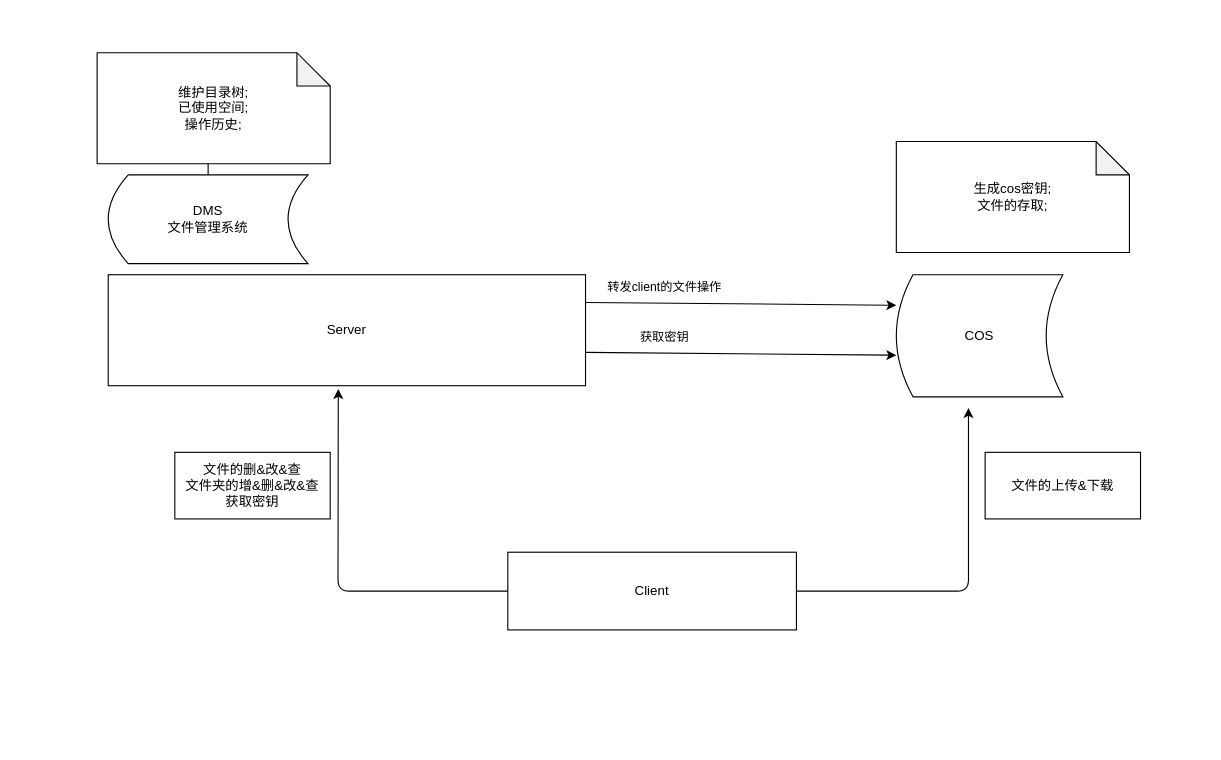
Above: dms-架构图.drawio in logxxx/Something (draw.io), before the change. Source tidied: cells renumbered, new cells numbered last; positions are measured from the earlier drawing's top-left corner, leaving out a move shared by most shapes. Both pictures are drawn from the tidied source at 111%, with x=0, y=0 at pixel (97, 52).
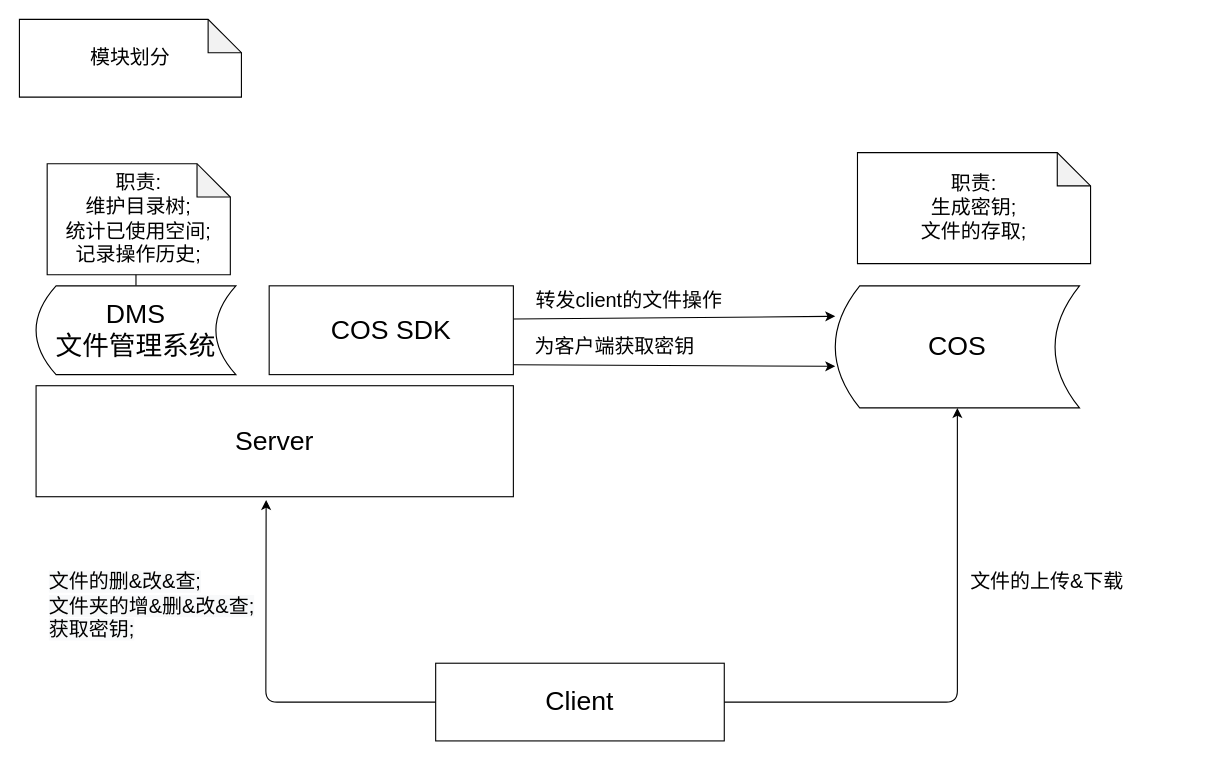
The same page after the edit.

Change to the diagram source:
```diff
@@
-    <mxCell id="2" value="Server" style="rounded=0;whiteSpace=wrap;html=1;" parent="1" vertex="1">
-      <mxGeometry x="10" y="200" width="430" height="100" as="geometry" />
+    <mxCell id="2" value="&lt;font style=&quot;font-size: 24px&quot;&gt;Server&lt;/font&gt;" style="rounded=0;whiteSpace=wrap;html=1;" parent="1" vertex="1">
+      <mxGeometry x="-55" y="300" width="430" height="100" as="geometry" />
     </mxCell>
-    <mxCell id="3" value="Client" style="rounded=0;whiteSpace=wrap;html=1;" parent="1" vertex="1">
-      <mxGeometry x="370" y="450" width="260" height="70" as="geometry" />
+    <mxCell id="3" value="&lt;font style=&quot;font-size: 24px&quot;&gt;Client&lt;/font&gt;" style="rounded=0;whiteSpace=wrap;html=1;" parent="1" vertex="1">
+      <mxGeometry x="305" y="550" width="260" height="70" as="geometry" />
     </mxCell>
-    <mxCell id="4" value="COS" style="shape=dataStorage;whiteSpace=wrap;html=1;" parent="1" vertex="1">
-      <mxGeometry x="720" y="200" width="150" height="110" as="geometry" />
+    <mxCell id="4" value="&lt;font style=&quot;font-size: 24px&quot;&gt;COS&lt;/font&gt;" style="shape=dataStorage;whiteSpace=wrap;html=1;" parent="1" vertex="1">
+      <mxGeometry x="665" y="210" width="220" height="110" as="geometry" />
     </mxCell>
     <mxCell id="5" style="edgeStyle=orthogonalEdgeStyle;rounded=0;jettySize=auto;html=1;" parent="1" edge="1" source="6">
       <mxGeometry relative="1" as="geometry">
-        <mxPoint x="30" y="100" as="targetPoint" />
+        <mxPoint x="-35" y="200" as="targetPoint" />
       </mxGeometry>
     </mxCell>
-    <mxCell id="6" value="DMS&lt;br&gt;文件管理系统" style="shape=dataStorage;whiteSpace=wrap;html=1;" parent="1" vertex="1">
-      <mxGeometry x="10" y="110" width="180" height="80" as="geometry" />
+    <mxCell id="6" value="&lt;font style=&quot;font-size: 24px&quot;&gt;DMS&lt;br&gt;文件管理系统&lt;/font&gt;" style="shape=dataStorage;whiteSpace=wrap;html=1;" parent="1" vertex="1">
+      <mxGeometry x="-55" y="210" width="180" height="80" as="geometry" />
     </mxCell>
-    <mxCell id="7" value="维护目录树;&lt;br&gt;已使用空间;&lt;br&gt;操作历史;" style="shape=note;whiteSpace=wrap;html=1;backgroundOutline=1;darkOpacity=0.05;" parent="1" vertex="1">
-      <mxGeometry width="210" height="100" as="geometry" />
+    <mxCell id="7" value="&lt;font style=&quot;font-size: 18px&quot;&gt;职责:&lt;br&gt;维护目录树;&lt;br&gt;统计已使用空间;&lt;br&gt;记录操作历史;&lt;/font&gt;" style="shape=note;whiteSpace=wrap;html=1;backgroundOutline=1;darkOpacity=0.05;" parent="1" vertex="1">
+      <mxGeometry x="-45" y="100" width="165" height="100" as="geometry" />
     </mxCell>
-    <mxCell id="8" value="生成cos密钥;&lt;br&gt;文件的存取;" style="shape=note;whiteSpace=wrap;html=1;backgroundOutline=1;darkOpacity=0.05;" parent="1" vertex="1">
-      <mxGeometry x="720" y="80" width="210" height="100" as="geometry" />
+    <mxCell id="8" value="&lt;font style=&quot;font-size: 18px&quot;&gt;职责:&lt;br&gt;生成密钥;&lt;br&gt;文件的存取;&lt;/font&gt;" style="shape=note;whiteSpace=wrap;html=1;backgroundOutline=1;darkOpacity=0.05;" parent="1" vertex="1">
+      <mxGeometry x="685" y="90" width="210" height="100" as="geometry" />
     </mxCell>
     <mxCell id="9" style="endArrow=classic;html=1;exitX=0;exitY=0.5;exitDx=0;exitDy=0;entryX=0.482;entryY=1.029;entryDx=0;entryDy=0;entryPerimeter=0;" parent="1" edge="1" source="3" target="2">
       <mxGeometry relative="1" as="geometry">
         <Array as="points">
-          <mxPoint x="217" y="485" />
+          <mxPoint x="152" y="585" />
         </Array>
       </mxGeometry>
     </mxCell>
-    <mxCell id="10" style="endArrow=classic;html=1;exitX=1;exitY=0.5;exitDx=0;exitDy=0;" parent="1" edge="1" source="3">
+    <mxCell id="10" style="endArrow=classic;html=1;exitX=1;exitY=0.5;exitDx=0;exitDy=0;entryX=0.5;entryY=1;entryDx=0;entryDy=0;" parent="1" edge="1" source="3" target="4">
       <mxGeometry relative="1" as="geometry">
-        <mxPoint x="785" y="320" as="targetPoint" />
         <Array as="points">
-          <mxPoint x="785" y="485" />
+          <mxPoint x="775" y="585" />
         </Array>
       </mxGeometry>
     </mxCell>
-    <mxCell id="11" value="文件的删&amp;amp;改&amp;amp;查&lt;br&gt;文件夹的增&amp;amp;删&amp;amp;改&amp;amp;查&lt;br&gt;获取密钥" style="rounded=0;whiteSpace=wrap;html=1;" parent="1" vertex="1">
-      <mxGeometry x="70" y="360" width="140" height="60" as="geometry" />
-    </mxCell>
-    <mxCell id="12" value="文件的上传&amp;amp;下载" style="rounded=0;whiteSpace=wrap;html=1;" parent="1" vertex="1">
-      <mxGeometry x="800" y="360" width="140" height="60" as="geometry" />
-    </mxCell>
-    <mxCell id="13" style="endArrow=classic;html=1;exitX=1;exitY=0.25;exitDx=0;exitDy=0;entryX=0;entryY=0.25;entryDx=0;entryDy=0;" parent="1" edge="1" source="2" target="4">
+    <mxCell id="13" style="endArrow=classic;html=1;exitX=1.001;exitY=0.374;exitDx=0;exitDy=0;entryX=0;entryY=0.25;entryDx=0;entryDy=0;exitPerimeter=0;" parent="1" edge="1" source="18" target="4">
       <mxGeometry relative="1" as="geometry" />
     </mxCell>
-    <mxCell id="14" value="转发client的文件操作" style="edgeLabel;html=1;align=center;verticalAlign=middle;" parent="13" vertex="1">
+    <mxCell id="14" value="&lt;font style=&quot;font-size: 18px&quot;&gt;转发client的文件操作&lt;/font&gt;" style="edgeLabel;html=1;align=center;verticalAlign=middle;" parent="13" vertex="1">
       <mxGeometry x="-0.36" y="-2" relative="1" as="geometry">
-        <mxPoint x="-19.4" y="-17.8" as="offset" />
+        <mxPoint x="10.6" y="-17.8" as="offset" />
       </mxGeometry>
     </mxCell>
-    <mxCell id="15" style="endArrow=classic;html=1;exitX=1;exitY=0.25;exitDx=0;exitDy=0;entryX=0;entryY=0.25;entryDx=0;entryDy=0;" parent="1" edge="1">
+    <mxCell id="15" style="endArrow=classic;html=1;exitX=1.001;exitY=0.889;exitDx=0;exitDy=0;entryX=0;entryY=0.25;entryDx=0;entryDy=0;exitPerimeter=0;" parent="1" edge="1" source="18">
       <mxGeometry relative="1" as="geometry">
-        <mxPoint x="440" y="270" as="sourcePoint" />
-        <mxPoint x="720" y="272.5" as="targetPoint" />
+        <mxPoint x="665" y="282.5" as="targetPoint" />
       </mxGeometry>
     </mxCell>
-    <mxCell id="16" value="获取密钥" style="edgeLabel;html=1;align=center;verticalAlign=middle;" parent="15" vertex="1">
+    <mxCell id="16" value="&lt;font style=&quot;font-size: 18px&quot;&gt;为客户端获取密钥&lt;/font&gt;" style="edgeLabel;html=1;align=center;verticalAlign=middle;" parent="15" vertex="1">
       <mxGeometry x="-0.36" y="-2" relative="1" as="geometry">
-        <mxPoint x="-19.4" y="-17.8" as="offset" />
+        <mxPoint x="-3.2" y="-18.6" as="offset" />
       </mxGeometry>
     </mxCell>
+    <mxCell id="17" value="&lt;font style=&quot;font-size: 18px&quot;&gt;&lt;span style=&quot;color: rgb(0 , 0 , 0) ; font-family: &amp;#34;helvetica&amp;#34; ; font-style: normal ; font-weight: 400 ; letter-spacing: normal ; text-align: center ; text-indent: 0px ; text-transform: none ; word-spacing: 0px ; background-color: rgb(248 , 249 , 250) ; float: none ; display: inline&quot;&gt;文件的删&amp;amp;改&amp;amp;查;&lt;/span&gt;&lt;br style=&quot;color: rgb(0 , 0 , 0) ; font-family: &amp;#34;helvetica&amp;#34; ; font-style: normal ; font-weight: 400 ; letter-spacing: normal ; text-align: center ; text-indent: 0px ; text-transform: none ; word-spacing: 0px ; background-color: rgb(248 , 249 , 250)&quot;&gt;&lt;span style=&quot;color: rgb(0 , 0 , 0) ; font-family: &amp;#34;helvetica&amp;#34; ; font-style: normal ; font-weight: 400 ; letter-spacing: normal ; text-align: center ; text-indent: 0px ; text-transform: none ; word-spacing: 0px ; background-color: rgb(248 , 249 , 250) ; float: none ; display: inline&quot;&gt;文件夹的增&amp;amp;删&amp;amp;改&amp;amp;查;&lt;/span&gt;&lt;br style=&quot;color: rgb(0 , 0 , 0) ; font-family: &amp;#34;helvetica&amp;#34; ; font-style: normal ; font-weight: 400 ; letter-spacing: normal ; text-align: center ; text-indent: 0px ; text-transform: none ; word-spacing: 0px ; background-color: rgb(248 , 249 , 250)&quot;&gt;&lt;span style=&quot;color: rgb(0 , 0 , 0) ; font-family: &amp;#34;helvetica&amp;#34; ; font-style: normal ; font-weight: 400 ; letter-spacing: normal ; text-align: center ; text-indent: 0px ; text-transform: none ; word-spacing: 0px ; background-color: rgb(248 , 249 , 250) ; float: none ; display: inline&quot;&gt;获取密钥;&lt;/span&gt;&lt;/font&gt;" style="text;whiteSpace=wrap;html=1;" parent="1" vertex="1">
+      <mxGeometry x="-45" y="460" width="210" height="80" as="geometry" />
+    </mxCell>
+    <mxCell id="12" value="&lt;span style=&quot;text-align: center&quot;&gt;&lt;font style=&quot;font-size: 18px&quot;&gt;文件的上传&amp;amp;下载&lt;/font&gt;&lt;/span&gt;" style="text;whiteSpace=wrap;html=1;" parent="1" vertex="1">
+      <mxGeometry x="785" y="460" width="210" height="80" as="geometry" />
+    </mxCell>
+    <mxCell id="18" value="&lt;font style=&quot;font-size: 24px&quot;&gt;COS SDK&lt;/font&gt;" style="rounded=0;whiteSpace=wrap;html=1;" parent="1" vertex="1">
+      <mxGeometry x="155" y="210" width="220" height="80" as="geometry" />
+    </mxCell>
+    <mxCell id="19" value="&lt;font style=&quot;font-size: 18px&quot;&gt;模块划分&lt;/font&gt;" style="shape=note;whiteSpace=wrap;html=1;backgroundOutline=1;darkOpacity=0.05;" parent="1" vertex="1">
+      <mxGeometry x="-70" y="-30" width="200" height="70" as="geometry" />
+    </mxCell>
```
